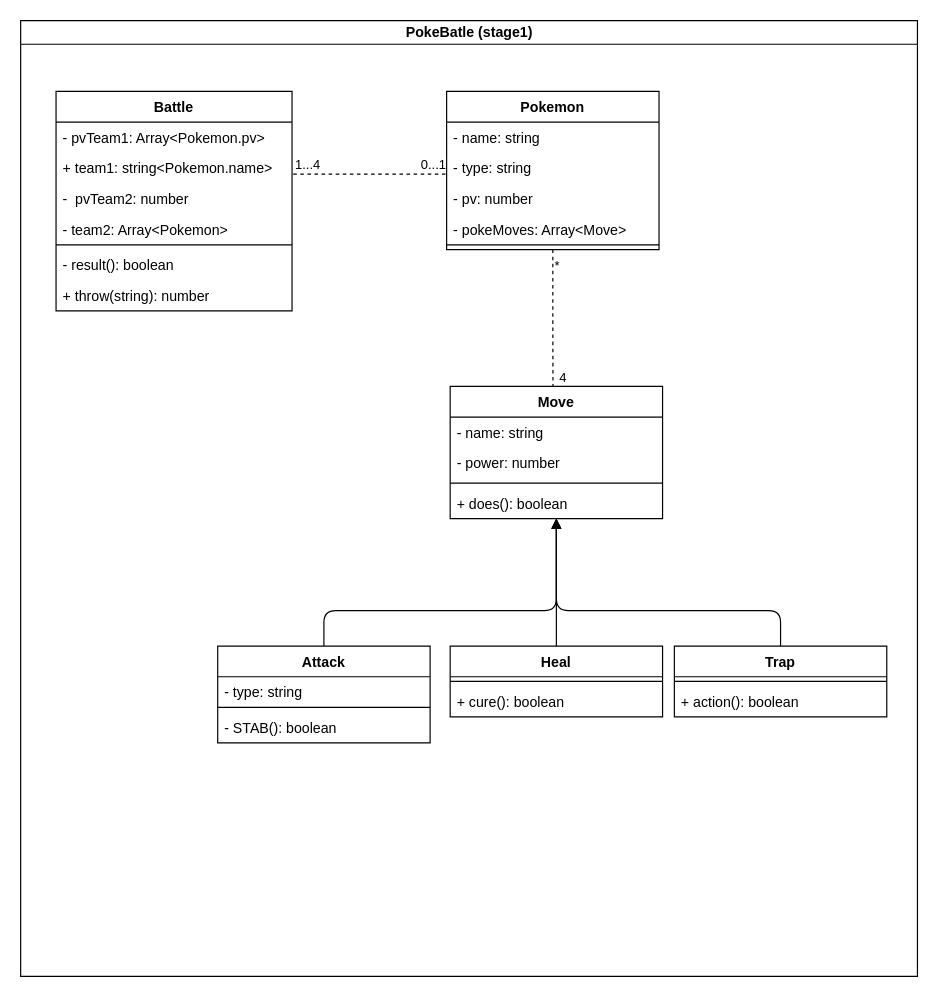
The draw.io diagram images/Untitled Diagram.drawio in Mel-MB/pokedex, before the edit. Source tidied: cells renumbered, new cells numbered last; positions are measured from the earlier drawing's top-left corner, leaving out a move shared by most shapes. Both pictures are drawn from the tidied source at 118%, with x=0, y=0 at pixel (20, 20).
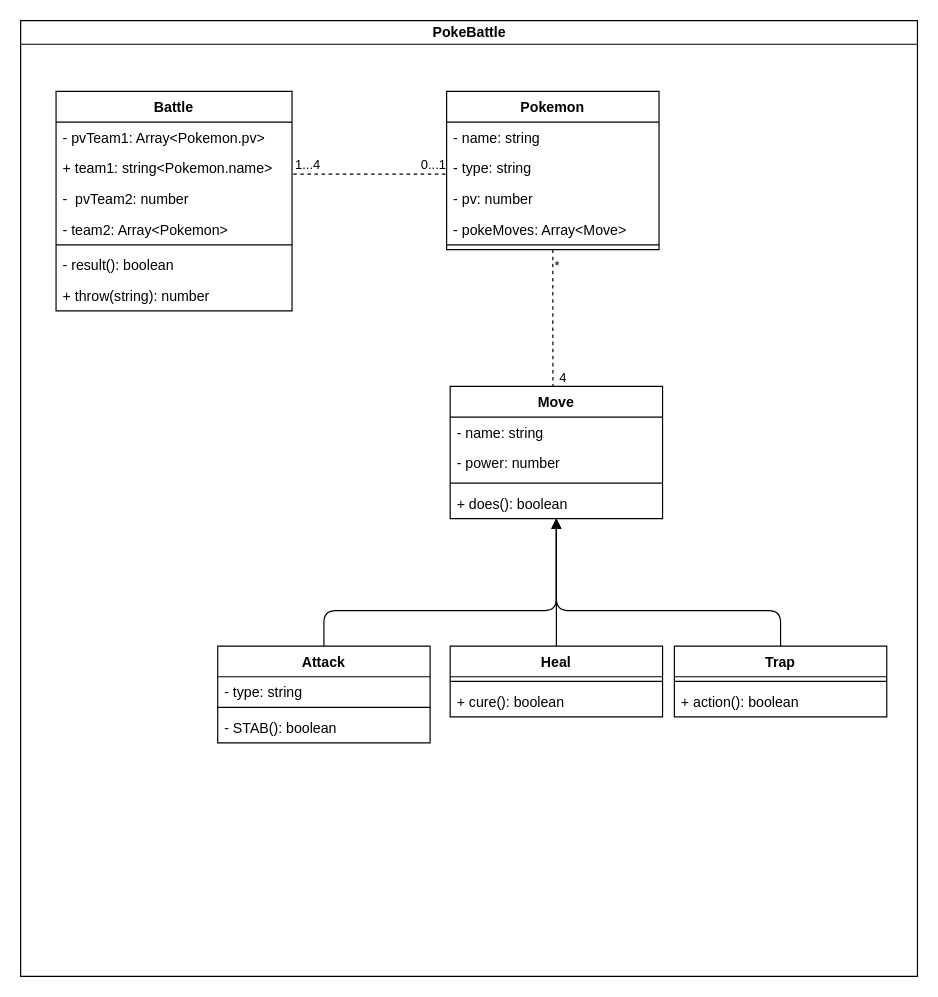
After the change.

The edit, as a diff of the source:
```diff
@@
-    <mxCell id="2" value="PokeBatle (stage1)" style="swimlane;html=1;startSize=20;horizontal=1;containerType=tree;glass=0;" parent="1" vertex="1">
+    <mxCell id="2" value="PokeBattle" style="swimlane;html=1;startSize=20;horizontal=1;containerType=tree;glass=0;" parent="1" vertex="1">
       <mxGeometry width="760" height="810" as="geometry" />
     </mxCell>
```
